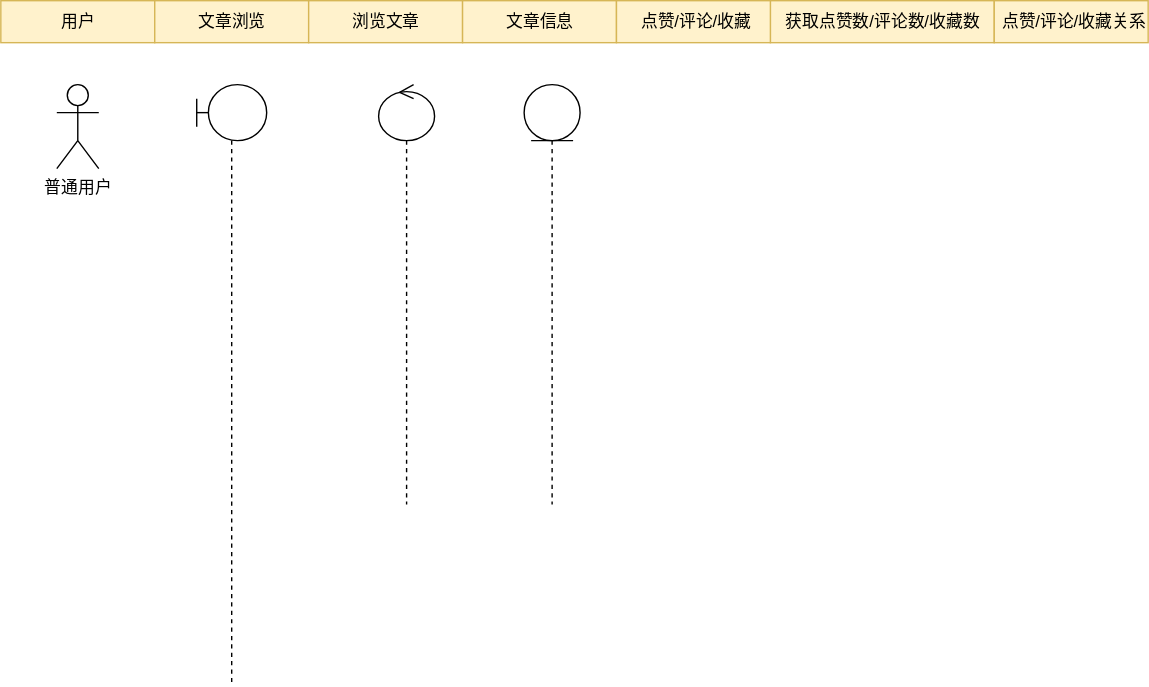
The draw.io diagram 文章浏览序列图.drawio.svg in WuShangMo/SquidGame1, before a commit. Source tidied: cells renumbered, new cells last; positions are measured from the earlier drawing's top-left corner, leaving out a move shared by most shapes.
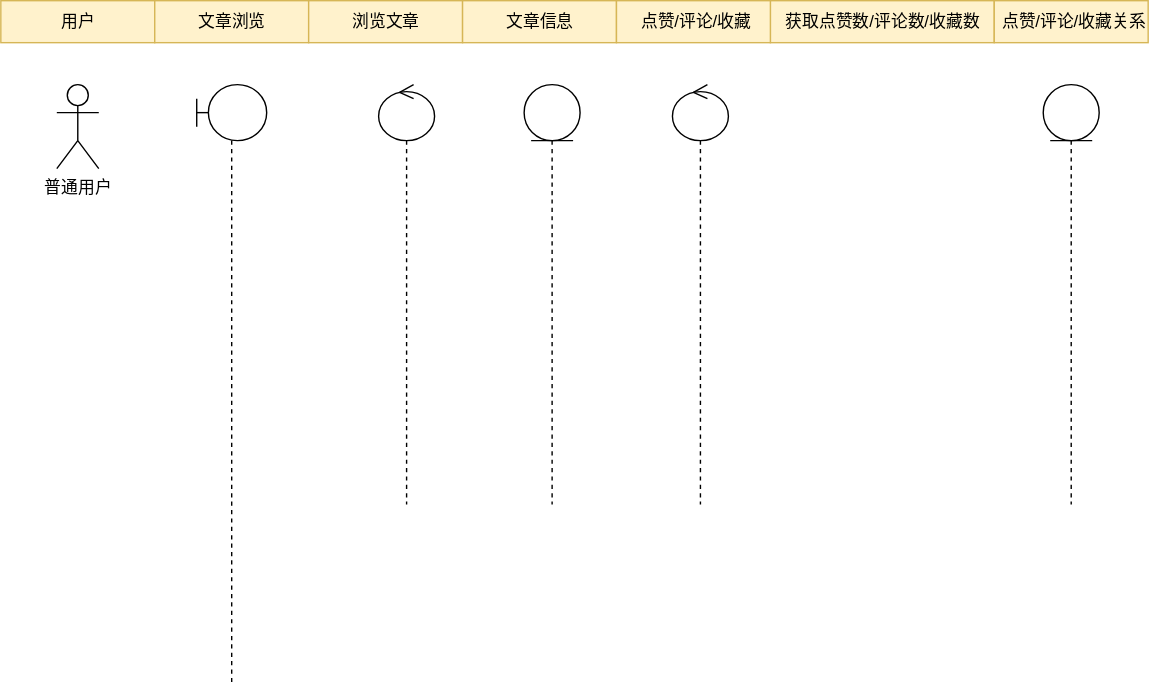
The same diagram one commit later.

Commit message:
更新文章浏览序列图.drawio.svg

The edit, as a diff of the source:
```diff
@@ -35,5 +35,11 @@
     <mxCell id="12" style="shape=umlLifeline;participant=umlEntity;perimeter=lifelinePerimeter;whiteSpace=wrap;html=1;verticalAlign=top;spacingTop=36;" parent="1" vertex="1">
       <mxGeometry x="374" y="60" width="40" height="300" as="geometry" />
     </mxCell>
+    <mxCell id="13" style="shape=umlLifeline;participant=umlControl;perimeter=lifelinePerimeter;whiteSpace=wrap;html=1;verticalAlign=top;spacingTop=36;" parent="1" vertex="1">
+      <mxGeometry x="480" y="60" width="40" height="300" as="geometry" />
+    </mxCell>
+    <mxCell id="14" style="shape=umlLifeline;participant=umlEntity;perimeter=lifelinePerimeter;whiteSpace=wrap;html=1;verticalAlign=top;spacingTop=36;" parent="1" vertex="1">
+      <mxGeometry x="745" y="60" width="40" height="300" as="geometry" />
+    </mxCell>
   </root>
 </mxGraphModel>
```
